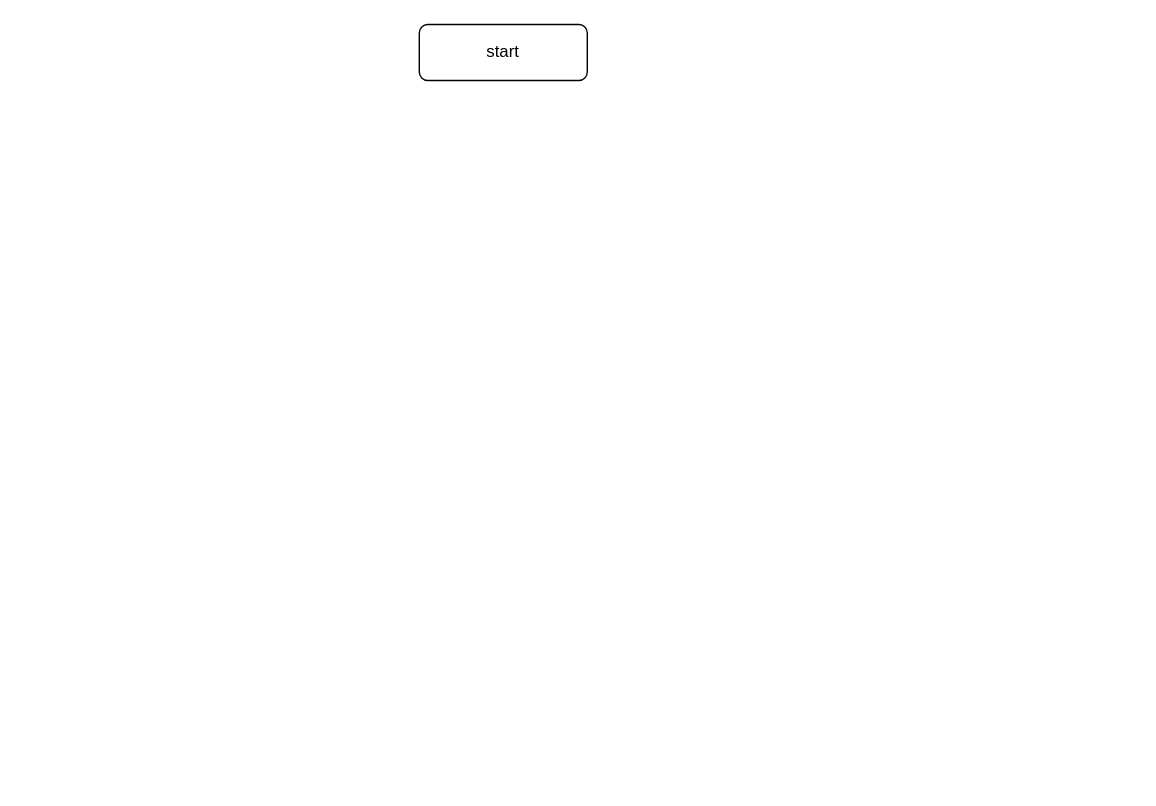
The draw.io diagram Untitled Diagram.drawio in skatld123/NSH, before the edit. Source tidied: cells renumbered, new cells numbered last; positions are measured from the earlier drawing's top-left corner, leaving out a move shared by most shapes. Both pictures are drawn from the tidied source at 140%, with x=0, y=0 at pixel (419, 24).
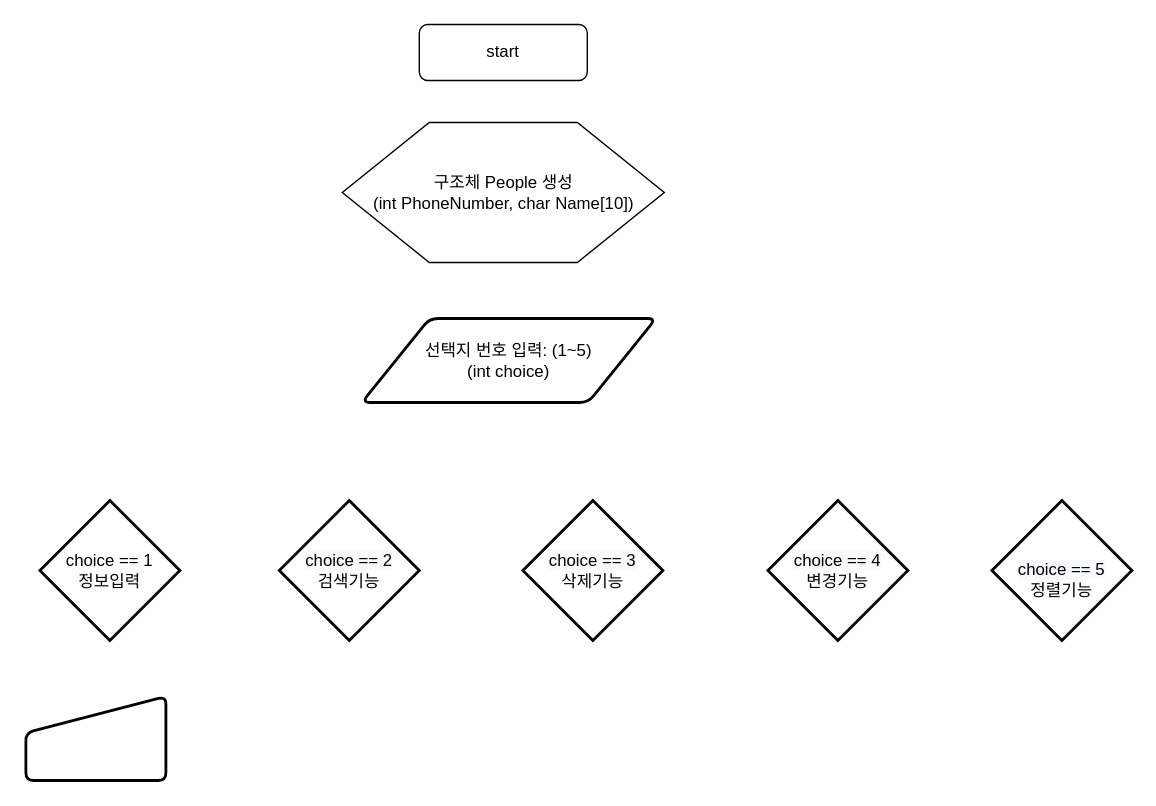
After the change.

Diff of the diagram source:
```diff
@@
 <mxGraphModel>
   <root>
     <mxCell id="0" />
     <mxCell id="1" parent="0" />
     <mxCell id="2" value="start" style="rounded=1;whiteSpace=wrap;html=1;fontSize=12;glass=0;strokeWidth=1;shadow=0;" parent="1" vertex="1">
       <mxGeometry width="120" height="40" as="geometry" />
     </mxCell>
+    <mxCell id="3" value="구조체 People 생성&lt;br&gt;(int PhoneNumber, char Name[10])" style="verticalLabelPosition=middle;verticalAlign=middle;html=1;shape=hexagon;perimeter=hexagonPerimeter2;arcSize=6;size=0.27;labelPosition=center;align=center;" parent="1" vertex="1">
+      <mxGeometry x="-55" y="70" width="230" height="100" as="geometry" />
+    </mxCell>
+    <mxCell id="4" value="선택지 번호 입력: (1~5)&lt;br&gt;(int choice)" style="shape=parallelogram;html=1;strokeWidth=2;perimeter=parallelogramPerimeter;whiteSpace=wrap;rounded=1;arcSize=12;size=0.23;" parent="1" vertex="1">
+      <mxGeometry x="-41" y="210" width="210" height="60" as="geometry" />
+    </mxCell>
+    <mxCell id="5" value="choice == 1&lt;br&gt;정보입력" style="strokeWidth=2;html=1;shape=mxgraph.flowchart.decision;whiteSpace=wrap;" parent="1" vertex="1">
+      <mxGeometry x="-271" y="340" width="100" height="100" as="geometry" />
+    </mxCell>
+    <mxCell id="6" value="&lt;br&gt;&lt;span style=&quot;color: rgb(0 , 0 , 0) ; font-family: &amp;#34;helvetica&amp;#34; ; font-size: 12px ; font-style: normal ; font-weight: 400 ; letter-spacing: normal ; text-align: center ; text-indent: 0px ; text-transform: none ; word-spacing: 0px ; background-color: rgb(248 , 249 , 250) ; display: inline ; float: none&quot;&gt;choice == 5&lt;/span&gt;&lt;br style=&quot;color: rgb(0 , 0 , 0) ; font-family: &amp;#34;helvetica&amp;#34; ; font-size: 12px ; font-style: normal ; font-weight: 400 ; letter-spacing: normal ; text-align: center ; text-indent: 0px ; text-transform: none ; word-spacing: 0px ; background-color: rgb(248 , 249 , 250)&quot;&gt;&lt;font face=&quot;helvetica&quot;&gt;정렬기능&lt;/font&gt;&lt;br&gt;" style="strokeWidth=2;html=1;shape=mxgraph.flowchart.decision;whiteSpace=wrap;" parent="1" vertex="1">
+      <mxGeometry x="409" y="340" width="100" height="100" as="geometry" />
+    </mxCell>
+    <mxCell id="7" value="&lt;span style=&quot;color: rgb(0 , 0 , 0) ; font-family: &amp;#34;helvetica&amp;#34; ; font-size: 12px ; font-style: normal ; font-weight: 400 ; letter-spacing: normal ; text-align: center ; text-indent: 0px ; text-transform: none ; word-spacing: 0px ; background-color: rgb(248 , 249 , 250) ; display: inline ; float: none&quot;&gt;choice == 2&lt;/span&gt;&lt;br style=&quot;color: rgb(0 , 0 , 0) ; font-family: &amp;#34;helvetica&amp;#34; ; font-size: 12px ; font-style: normal ; font-weight: 400 ; letter-spacing: normal ; text-align: center ; text-indent: 0px ; text-transform: none ; word-spacing: 0px ; background-color: rgb(248 , 249 , 250)&quot;&gt;&lt;font face=&quot;helvetica&quot;&gt;검색기능&lt;/font&gt;" style="strokeWidth=2;html=1;shape=mxgraph.flowchart.decision;whiteSpace=wrap;" parent="1" vertex="1">
+      <mxGeometry x="-100" y="340" width="100" height="100" as="geometry" />
+    </mxCell>
+    <mxCell id="8" value="&lt;span style=&quot;color: rgb(0 , 0 , 0) ; font-family: &amp;#34;helvetica&amp;#34; ; font-size: 12px ; font-style: normal ; font-weight: 400 ; letter-spacing: normal ; text-align: center ; text-indent: 0px ; text-transform: none ; word-spacing: 0px ; background-color: rgb(248 , 249 , 250) ; display: inline ; float: none&quot;&gt;choice == 3&lt;/span&gt;&lt;br style=&quot;color: rgb(0 , 0 , 0) ; font-family: &amp;#34;helvetica&amp;#34; ; font-size: 12px ; font-style: normal ; font-weight: 400 ; letter-spacing: normal ; text-align: center ; text-indent: 0px ; text-transform: none ; word-spacing: 0px ; background-color: rgb(248 , 249 , 250)&quot;&gt;&lt;font face=&quot;helvetica&quot;&gt;삭제기능&lt;/font&gt;" style="strokeWidth=2;html=1;shape=mxgraph.flowchart.decision;whiteSpace=wrap;" parent="1" vertex="1">
+      <mxGeometry x="74" y="340" width="100" height="100" as="geometry" />
+    </mxCell>
+    <mxCell id="9" value="&lt;span style=&quot;color: rgb(0 , 0 , 0) ; font-family: &amp;#34;helvetica&amp;#34; ; font-size: 12px ; font-style: normal ; font-weight: 400 ; letter-spacing: normal ; text-align: center ; text-indent: 0px ; text-transform: none ; word-spacing: 0px ; background-color: rgb(248 , 249 , 250) ; display: inline ; float: none&quot;&gt;choice == 4&lt;/span&gt;&lt;br style=&quot;color: rgb(0 , 0 , 0) ; font-family: &amp;#34;helvetica&amp;#34; ; font-size: 12px ; font-style: normal ; font-weight: 400 ; letter-spacing: normal ; text-align: center ; text-indent: 0px ; text-transform: none ; word-spacing: 0px ; background-color: rgb(248 , 249 , 250)&quot;&gt;&lt;font face=&quot;helvetica&quot;&gt;변경기능&lt;/font&gt;" style="strokeWidth=2;html=1;shape=mxgraph.flowchart.decision;whiteSpace=wrap;" parent="1" vertex="1">
+      <mxGeometry x="249" y="340" width="100" height="100" as="geometry" />
+    </mxCell>
+    <mxCell id="10" style="html=1;strokeWidth=2;shape=manualInput;whiteSpace=wrap;rounded=1;size=26;arcSize=11;" parent="1" vertex="1">
+      <mxGeometry x="-281" y="480" width="100" height="60" as="geometry" />
+    </mxCell>
   </root>
 </mxGraphModel>
```
